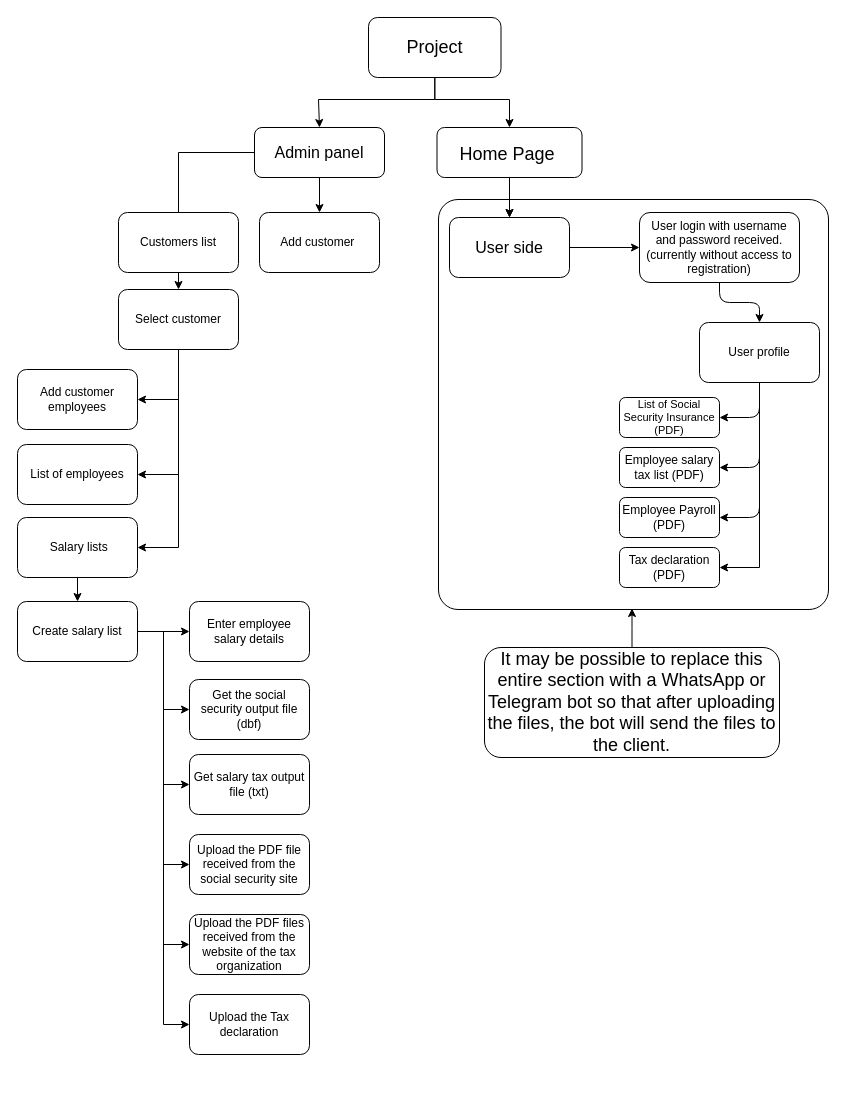
This is Untitled Diagram.drawio from faripoorasl/-, a draw.io file, before an edit. Source tidied: cells renumbered, new cells numbered last; positions are measured from the earlier drawing's top-left corner, leaving out a move shared by most shapes. Both pictures are drawn from the tidied source at 100%, with x=0, y=0 at pixel (17, 17).
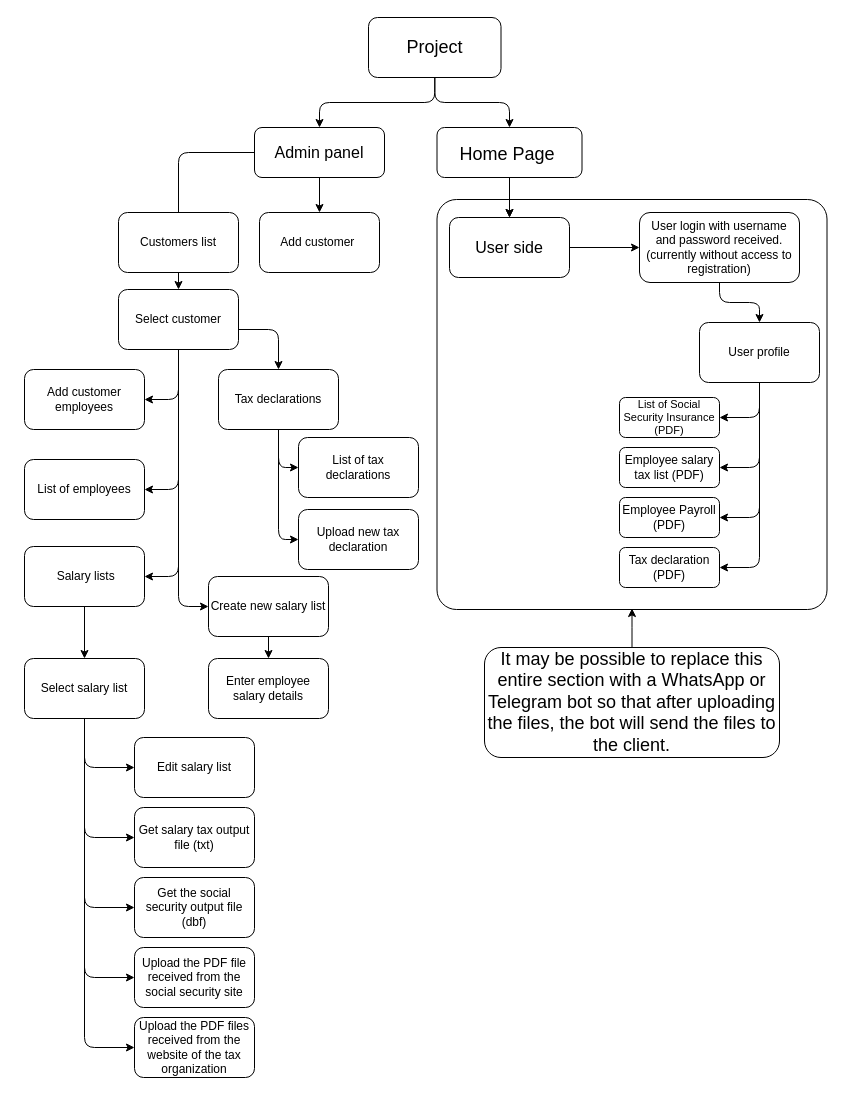
The same page after the edit.

Unchanged cells that the change refers to:
```xml
<mxCell id="4" value="&lt;font style=&quot;font-size: 18px;&quot;&gt;Home Page&amp;nbsp;&lt;/font&gt;" style="rounded=1;whiteSpace=wrap;html=1;fontSize=21;labelBackgroundColor=none;" parent="1" vertex="1">
  <mxGeometry x="419.5" y="110" width="145" height="50" as="geometry" />
</mxCell>
<mxCell id="7" value="&lt;font size=&quot;3&quot;&gt;Admin panel&lt;/font&gt;" style="rounded=1;whiteSpace=wrap;html=1;labelBackgroundColor=none;" parent="1" vertex="1">
  <mxGeometry x="237" y="110" width="130" height="50" as="geometry" />
</mxCell>
<mxCell id="16" value="User profile" style="rounded=1;whiteSpace=wrap;html=1;labelBackgroundColor=none;" parent="1" vertex="1">
  <mxGeometry x="682" y="305" width="120" height="60" as="geometry" />
</mxCell>
<mxCell id="23" value="Select customer" style="rounded=1;whiteSpace=wrap;html=1;labelBackgroundColor=none;" parent="1" vertex="1">
  <mxGeometry x="101" y="272" width="120" height="60" as="geometry" />
</mxCell>
<mxCell id="26" value="Project" style="rounded=1;whiteSpace=wrap;html=1;fontSize=18;" parent="1" vertex="1">
  <mxGeometry x="351" width="132.5" height="60" as="geometry" />
</mxCell>
<mxCell id="36" value="Tax declaration&lt;br&gt;(PDF)" style="rounded=1;whiteSpace=wrap;html=1;labelBackgroundColor=none;" parent="1" vertex="1">
  <mxGeometry x="602" y="530" width="100" height="40" as="geometry" />
</mxCell>
```

What changed in the source:
```diff
@@
-    <mxCell id="5" style="edgeStyle=orthogonalEdgeStyle;rounded=0;jettySize=auto;html=1;entryX=0.5;entryY=0;entryDx=0;entryDy=0;" parent="1" edge="1" source="7" target="23">
+    <mxCell id="5" style="edgeStyle=orthogonalEdgeStyle;rounded=1;jettySize=auto;html=1;entryX=0.5;entryY=0;entryDx=0;entryDy=0;" parent="1" edge="1" source="7" target="23">
       <mxGeometry relative="1" as="geometry" />
     </mxCell>
@@
-    <mxCell id="15" style="edgeStyle=orthogonalEdgeStyle;rounded=0;jettySize=auto;html=1;entryX=1;entryY=0.5;entryDx=0;entryDy=0;" parent="1" edge="1" source="16" target="36">
+    <mxCell id="15" style="edgeStyle=orthogonalEdgeStyle;rounded=1;jettySize=auto;html=1;entryX=1;entryY=0.5;entryDx=0;entryDy=0;" parent="1" edge="1" source="16" target="36">
       <mxGeometry relative="1" as="geometry" />
     </mxCell>
@@
-    <mxCell id="20" style="edgeStyle=orthogonalEdgeStyle;rounded=0;jettySize=auto;html=1;entryX=1;entryY=0.5;entryDx=0;entryDy=0;" parent="1" edge="1" source="23" target="27">
+    <mxCell id="20" style="edgeStyle=orthogonalEdgeStyle;rounded=1;jettySize=auto;html=1;entryX=1;entryY=0.5;entryDx=0;entryDy=0;" parent="1" edge="1" source="23" target="27">
       <mxGeometry relative="1" as="geometry" />
     </mxCell>
+    <mxCell id="22" style="edgeStyle=orthogonalEdgeStyle;rounded=1;jettySize=auto;html=1;entryX=1;entryY=0.5;entryDx=0;entryDy=0;" parent="1" edge="1" source="23" target="48">
+      <mxGeometry relative="1" as="geometry" />
+    </mxCell>
+    <mxCell id="50" style="edgeStyle=orthogonalEdgeStyle;rounded=1;jettySize=auto;html=1;entryX=0;entryY=0.5;entryDx=0;entryDy=0;" parent="1" edge="1" source="23" target="46">
+      <mxGeometry relative="1" as="geometry" />
+    </mxCell>
-    <mxCell id="21" style="edgeStyle=orthogonalEdgeStyle;rounded=0;jettySize=auto;html=1;entryX=1;entryY=0.5;entryDx=0;entryDy=0;" parent="1" edge="1" source="23" target="38">
+    <mxCell id="21" style="edgeStyle=orthogonalEdgeStyle;rounded=1;jettySize=auto;html=1;entryX=1;entryY=0.5;entryDx=0;entryDy=0;" parent="1" edge="1" source="23" target="38">
       <mxGeometry relative="1" as="geometry" />
     </mxCell>
-    <mxCell id="22" style="edgeStyle=orthogonalEdgeStyle;rounded=0;jettySize=auto;html=1;entryX=1;entryY=0.5;entryDx=0;entryDy=0;" parent="1" edge="1" source="23" target="48">
-      <mxGeometry relative="1" as="geometry" />
-    </mxCell>
+    <mxCell id="51" style="edgeStyle=orthogonalEdgeStyle;rounded=1;jettySize=auto;html=1;entryX=0.5;entryY=0;entryDx=0;entryDy=0;strokeWidth=1;jumpStyle=none;" parent="1" edge="1" source="23" target="37">
+      <mxGeometry relative="1" as="geometry">
+        <Array as="points">
+          <mxPoint x="261" y="312" />
+        </Array>
+      </mxGeometry>
+    </mxCell>
@@
-    <mxCell id="24" style="edgeStyle=orthogonalEdgeStyle;rounded=0;jettySize=auto;html=1;entryX=0.5;entryY=0;entryDx=0;entryDy=0;" parent="1" edge="1" source="26" target="4">
-      <mxGeometry relative="1" as="geometry">
-        <Array as="points">
-          <mxPoint x="417" y="82" />
-          <mxPoint x="492" y="82" />
-        </Array>
-      </mxGeometry>
+    <mxCell id="24" style="edgeStyle=orthogonalEdgeStyle;rounded=1;jettySize=auto;html=1;" parent="1" edge="1" source="26" target="4">
+      <mxGeometry relative="1" as="geometry" />
     </mxCell>
-    <mxCell id="25" style="edgeStyle=orthogonalEdgeStyle;rounded=0;jettySize=auto;html=1;entryX=0.5;entryY=0;entryDx=0;entryDy=0;" parent="1" edge="1" source="26" target="7">
-      <mxGeometry relative="1" as="geometry">
-        <Array as="points">
-          <mxPoint x="417" y="82" />
-          <mxPoint x="301" y="82" />
-        </Array>
-      </mxGeometry>
+    <mxCell id="25" style="edgeStyle=orthogonalEdgeStyle;rounded=1;jettySize=auto;html=1;entryX=0.5;entryY=0;entryDx=0;entryDy=0;" parent="1" edge="1" source="26" target="7">
+      <mxGeometry relative="1" as="geometry" />
     </mxCell>
@@
     <mxCell id="27" value="Add customer employees" style="rounded=1;whiteSpace=wrap;html=1;labelBackgroundColor=none;" parent="1" vertex="1">
-      <mxGeometry y="352" width="120" height="60" as="geometry" />
+      <mxGeometry x="7" y="352" width="120" height="60" as="geometry" />
     </mxCell>
     <mxCell id="28" value="Enter employee salary details" style="rounded=1;whiteSpace=wrap;html=1;labelBackgroundColor=none;" parent="1" vertex="1">
-      <mxGeometry x="172" y="584" width="120" height="60" as="geometry" />
+      <mxGeometry x="191" y="641" width="120" height="60" as="geometry" />
     </mxCell>
     <mxCell id="29" value="Get the social security output file (dbf)" style="rounded=1;whiteSpace=wrap;html=1;labelBackgroundColor=none;" parent="1" vertex="1">
-      <mxGeometry x="172" y="662" width="120" height="60" as="geometry" />
+      <mxGeometry x="117" y="860" width="120" height="60" as="geometry" />
     </mxCell>
     <mxCell id="30" value="Get salary tax output file (txt)" style="rounded=1;whiteSpace=wrap;html=1;labelBackgroundColor=none;" parent="1" vertex="1">
-      <mxGeometry x="172" y="737" width="120" height="60" as="geometry" />
+      <mxGeometry x="117" y="790" width="120" height="60" as="geometry" />
     </mxCell>
     <mxCell id="31" value="Upload the PDF file received from the social security site" style="rounded=1;whiteSpace=wrap;html=1;labelBackgroundColor=none;" parent="1" vertex="1">
-      <mxGeometry x="172" y="817" width="120" height="60" as="geometry" />
+      <mxGeometry x="117" y="930" width="120" height="60" as="geometry" />
     </mxCell>
     <mxCell id="32" value="Upload the PDF files received from the website of the tax organization" style="rounded=1;whiteSpace=wrap;html=1;labelBackgroundColor=none;" parent="1" vertex="1">
-      <mxGeometry x="172" y="897" width="120" height="60" as="geometry" />
+      <mxGeometry x="117" y="1000" width="120" height="60" as="geometry" />
     </mxCell>
     <mxCell id="33" style="rounded=1;whiteSpace=wrap;html=1;fillColor=none;perimeterSpacing=1;arcSize=5;" parent="1" vertex="1">
-      <mxGeometry x="421" y="182" width="390" height="410" as="geometry" />
+      <mxGeometry x="419.5" y="182" width="390" height="410" as="geometry" />
     </mxCell>
@@
+    <mxCell id="52" style="edgeStyle=orthogonalEdgeStyle;rounded=1;jettySize=auto;html=1;entryX=0;entryY=0.5;entryDx=0;entryDy=0;" parent="1" edge="1" source="37" target="64">
+      <mxGeometry relative="1" as="geometry" />
+    </mxCell>
+    <mxCell id="53" style="edgeStyle=orthogonalEdgeStyle;rounded=1;jettySize=auto;html=1;entryX=0;entryY=0.5;entryDx=0;entryDy=0;" parent="1" edge="1" source="37" target="63">
+      <mxGeometry relative="1" as="geometry" />
+    </mxCell>
-    <mxCell id="37" value="Upload the Tax declaration" style="rounded=1;whiteSpace=wrap;html=1;labelBackgroundColor=none;" parent="1" vertex="1">
-      <mxGeometry x="172" y="977" width="120" height="60" as="geometry" />
+    <mxCell id="37" value="Tax declarations" style="rounded=1;whiteSpace=wrap;html=1;labelBackgroundColor=none;" parent="1" vertex="1">
+      <mxGeometry x="201" y="352" width="120" height="60" as="geometry" />
     </mxCell>
     <mxCell id="38" value="List of employees" style="rounded=1;whiteSpace=wrap;html=1;labelBackgroundColor=none;" parent="1" vertex="1">
-      <mxGeometry y="427" width="120" height="60" as="geometry" />
+      <mxGeometry x="7" y="442" width="120" height="60" as="geometry" />
     </mxCell>
@@
-    <mxCell id="40" style="edgeStyle=orthogonalEdgeStyle;rounded=0;jettySize=auto;html=1;entryX=0;entryY=0.5;entryDx=0;entryDy=0;" parent="1" edge="1" source="46" target="28">
-      <mxGeometry relative="1" as="geometry" />
-    </mxCell>
-    <mxCell id="41" style="edgeStyle=orthogonalEdgeStyle;rounded=0;jettySize=auto;html=1;entryX=0;entryY=0.5;entryDx=0;entryDy=0;" parent="1" edge="1" source="46" target="29">
-      <mxGeometry relative="1" as="geometry" />
-    </mxCell>
-    <mxCell id="42" style="edgeStyle=orthogonalEdgeStyle;rounded=0;jettySize=auto;html=1;entryX=0;entryY=0.5;entryDx=0;entryDy=0;" parent="1" edge="1" source="46" target="30">
-      <mxGeometry relative="1" as="geometry" />
-    </mxCell>
-    <mxCell id="43" style="edgeStyle=orthogonalEdgeStyle;rounded=0;jettySize=auto;html=1;entryX=0;entryY=0.5;entryDx=0;entryDy=0;" parent="1" edge="1" source="46" target="31">
-      <mxGeometry relative="1" as="geometry" />
-    </mxCell>
-    <mxCell id="44" style="edgeStyle=orthogonalEdgeStyle;rounded=0;jettySize=auto;html=1;entryX=0;entryY=0.5;entryDx=0;entryDy=0;" parent="1" edge="1" source="46" target="32">
-      <mxGeometry relative="1" as="geometry" />
-    </mxCell>
-    <mxCell id="45" style="edgeStyle=orthogonalEdgeStyle;rounded=0;jettySize=auto;html=1;entryX=0;entryY=0.5;entryDx=0;entryDy=0;" parent="1" edge="1" source="46" target="37">
-      <mxGeometry relative="1" as="geometry" />
-    </mxCell>
+    <mxCell id="54" style="edgeStyle=orthogonalEdgeStyle;rounded=0;jettySize=auto;html=1;" parent="1" edge="1" source="46">
+      <mxGeometry relative="1" as="geometry">
+        <mxPoint x="251" y="641" as="targetPoint" />
+      </mxGeometry>
+    </mxCell>
-    <mxCell id="46" value="Create salary list" style="rounded=1;whiteSpace=wrap;html=1;labelBackgroundColor=none;" parent="1" vertex="1">
-      <mxGeometry y="584" width="120" height="60" as="geometry" />
+    <mxCell id="46" value="Create new salary list" style="rounded=1;whiteSpace=wrap;html=1;labelBackgroundColor=none;" parent="1" vertex="1">
+      <mxGeometry x="191" y="559" width="120" height="60" as="geometry" />
     </mxCell>
-    <mxCell id="47" style="edgeStyle=orthogonalEdgeStyle;rounded=0;jettySize=auto;html=1;" parent="1" edge="1" source="48" target="46">
-      <mxGeometry relative="1" as="geometry" />
-    </mxCell>
+    <mxCell id="55" style="edgeStyle=orthogonalEdgeStyle;rounded=0;jettySize=auto;html=1;" parent="1" edge="1" source="48" target="61">
+      <mxGeometry relative="1" as="geometry" />
+    </mxCell>
     <mxCell id="48" value="&amp;nbsp;Salary lists" style="rounded=1;whiteSpace=wrap;html=1;labelBackgroundColor=none;" parent="1" vertex="1">
-      <mxGeometry y="500" width="120" height="60" as="geometry" />
+      <mxGeometry x="7" y="529" width="120" height="60" as="geometry" />
     </mxCell>
@@
+    <mxCell id="56" style="edgeStyle=orthogonalEdgeStyle;rounded=1;jettySize=auto;html=1;entryX=0;entryY=0.5;entryDx=0;entryDy=0;" parent="1" edge="1" source="61" target="62">
+      <mxGeometry relative="1" as="geometry" />
+    </mxCell>
+    <mxCell id="57" style="edgeStyle=orthogonalEdgeStyle;rounded=1;jettySize=auto;html=1;entryX=0;entryY=0.5;entryDx=0;entryDy=0;" parent="1" edge="1" source="61" target="30">
+      <mxGeometry relative="1" as="geometry" />
+    </mxCell>
+    <mxCell id="58" style="edgeStyle=orthogonalEdgeStyle;rounded=1;jettySize=auto;html=1;entryX=0;entryY=0.5;entryDx=0;entryDy=0;" parent="1" edge="1" source="61" target="29">
+      <mxGeometry relative="1" as="geometry" />
+    </mxCell>
+    <mxCell id="59" style="edgeStyle=orthogonalEdgeStyle;rounded=1;jettySize=auto;html=1;entryX=0;entryY=0.5;entryDx=0;entryDy=0;" parent="1" edge="1" source="61" target="31">
+      <mxGeometry relative="1" as="geometry" />
+    </mxCell>
+    <mxCell id="60" style="edgeStyle=orthogonalEdgeStyle;rounded=1;jettySize=auto;html=1;entryX=0;entryY=0.5;entryDx=0;entryDy=0;" parent="1" edge="1" source="61" target="32">
+      <mxGeometry relative="1" as="geometry" />
+    </mxCell>
+    <mxCell id="61" value="Select salary list" style="rounded=1;whiteSpace=wrap;html=1;labelBackgroundColor=none;" parent="1" vertex="1">
+      <mxGeometry x="7" y="641" width="120" height="60" as="geometry" />
+    </mxCell>
+    <mxCell id="62" value="Edit salary list" style="rounded=1;whiteSpace=wrap;html=1;labelBackgroundColor=none;" parent="1" vertex="1">
+      <mxGeometry x="117" y="720" width="120" height="60" as="geometry" />
+    </mxCell>
+    <mxCell id="63" value="Upload new tax declaration" style="rounded=1;whiteSpace=wrap;html=1;labelBackgroundColor=none;" parent="1" vertex="1">
+      <mxGeometry x="281" y="492" width="120" height="60" as="geometry" />
+    </mxCell>
+    <mxCell id="64" value="List of tax declarations" style="rounded=1;whiteSpace=wrap;html=1;labelBackgroundColor=none;" parent="1" vertex="1">
+      <mxGeometry x="281" y="420" width="120" height="60" as="geometry" />
+    </mxCell>
```
